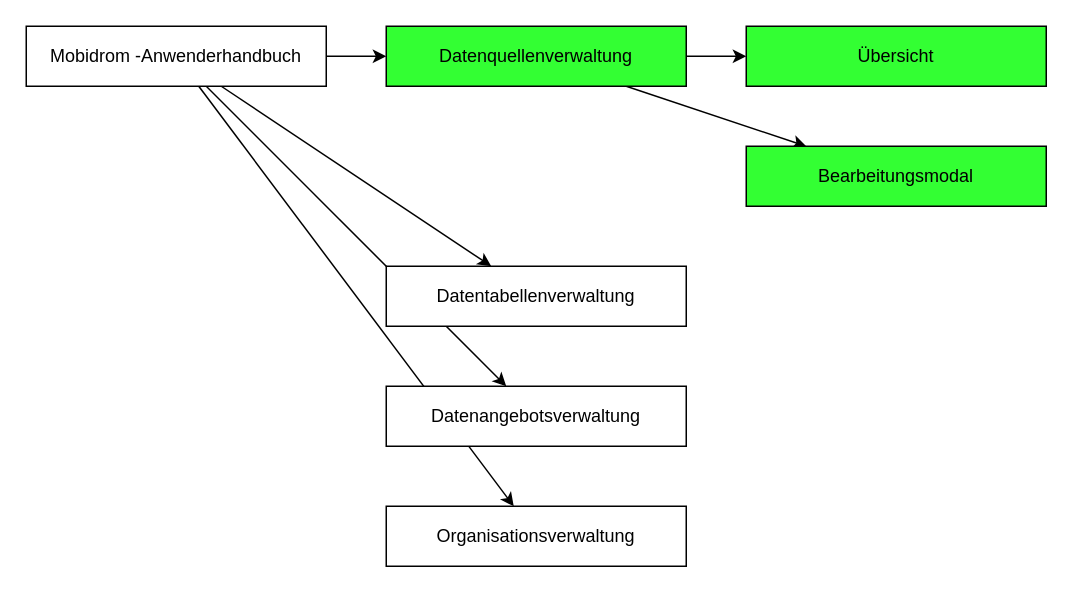
The draw.io diagram mobidrom_anwenderhandbuch.drawio in kephalosk/drawio-diagrams, before the edit. Source tidied: cells renumbered, new cells numbered last; positions are measured from the earlier drawing's top-left corner, leaving out a move shared by most shapes. Both pictures are drawn from the tidied source at 150%, with x=0, y=0 at pixel (26, 26).
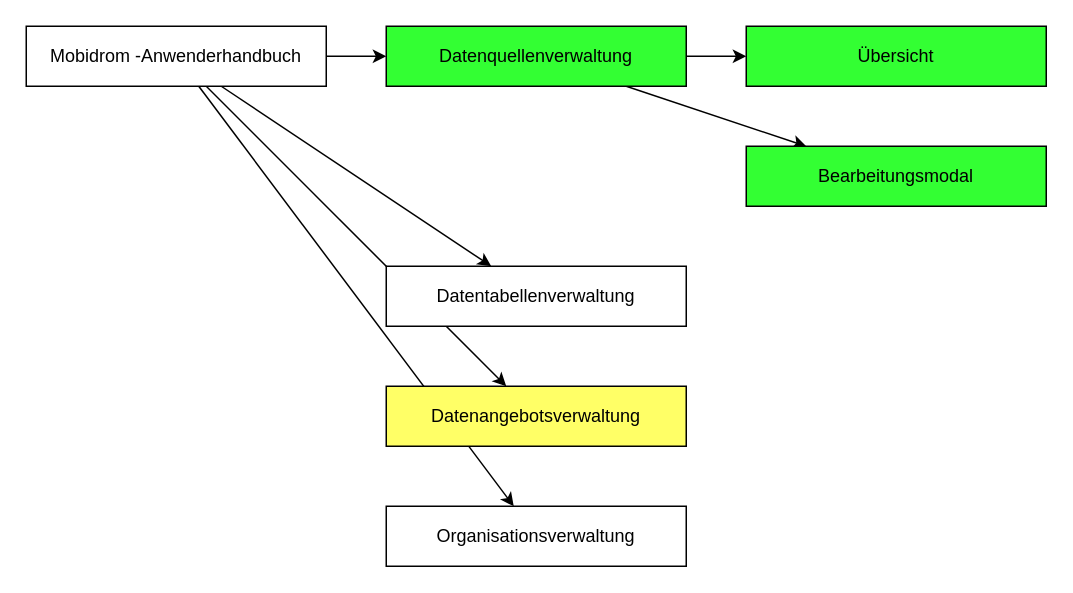
The same page after the edit.

Change to the diagram source:
```diff
@@
 <mxGraphModel>
   <root>
     <mxCell id="0" />
     <mxCell id="1" parent="0" />
     <mxCell id="2" style="rounded=0;jettySize=auto;html=1;" parent="1" edge="1" source="6" target="9">
       <mxGeometry relative="1" as="geometry" />
     </mxCell>
     <mxCell id="3" style="rounded=0;jettySize=auto;html=1;" parent="1" edge="1" source="6" target="10">
       <mxGeometry relative="1" as="geometry" />
     </mxCell>
     <mxCell id="4" style="edgeStyle=none;rounded=0;jettySize=auto;html=1;" parent="1" edge="1" source="6" target="11">
       <mxGeometry relative="1" as="geometry" />
     </mxCell>
     <mxCell id="5" style="edgeStyle=none;rounded=0;jettySize=auto;html=1;" parent="1" edge="1" source="6" target="12">
       <mxGeometry relative="1" as="geometry" />
     </mxCell>
     <mxCell id="6" value="Mobidrom -Anwenderhandbuch" style="rounded=0;whiteSpace=wrap;html=1;" parent="1" vertex="1">
       <mxGeometry width="200" height="40" as="geometry" />
     </mxCell>
     <mxCell id="7" style="edgeStyle=none;rounded=0;jettySize=auto;html=1;" parent="1" edge="1" source="9" target="13">
       <mxGeometry relative="1" as="geometry" />
     </mxCell>
     <mxCell id="8" style="edgeStyle=none;rounded=0;jettySize=auto;html=1;" parent="1" edge="1" source="9" target="14">
       <mxGeometry relative="1" as="geometry" />
     </mxCell>
     <mxCell id="9" value="Datenquellenverwaltung" style="rounded=0;whiteSpace=wrap;html=1;fillColor=#33FF33;" parent="1" vertex="1">
       <mxGeometry x="240" width="200" height="40" as="geometry" />
     </mxCell>
     <mxCell id="10" value="&lt;div&gt;Datentabellenverwaltung&lt;/div&gt;" style="rounded=0;whiteSpace=wrap;html=1;" parent="1" vertex="1">
       <mxGeometry x="240" y="160" width="200" height="40" as="geometry" />
     </mxCell>
-    <mxCell id="11" value="Datenangebotsverwaltung" style="rounded=0;whiteSpace=wrap;html=1;" parent="1" vertex="1">
+    <mxCell id="11" value="Datenangebotsverwaltung" style="rounded=0;whiteSpace=wrap;html=1;fillColor=#FFFF66;" parent="1" vertex="1">
       <mxGeometry x="240" y="240" width="200" height="40" as="geometry" />
     </mxCell>
     <mxCell id="12" value="Organisationsverwaltung" style="rounded=0;whiteSpace=wrap;html=1;" parent="1" vertex="1">
       <mxGeometry x="240" y="320" width="200" height="40" as="geometry" />
     </mxCell>
     <mxCell id="13" value="Übersicht" style="rounded=0;whiteSpace=wrap;html=1;fillColor=#33FF33;" parent="1" vertex="1">
       <mxGeometry x="480" width="200" height="40" as="geometry" />
     </mxCell>
     <mxCell id="14" value="Bearbeitungsmodal" style="rounded=0;whiteSpace=wrap;html=1;fillColor=#33FF33;" parent="1" vertex="1">
       <mxGeometry x="480" y="80" width="200" height="40" as="geometry" />
     </mxCell>
   </root>
 </mxGraphModel>
```
